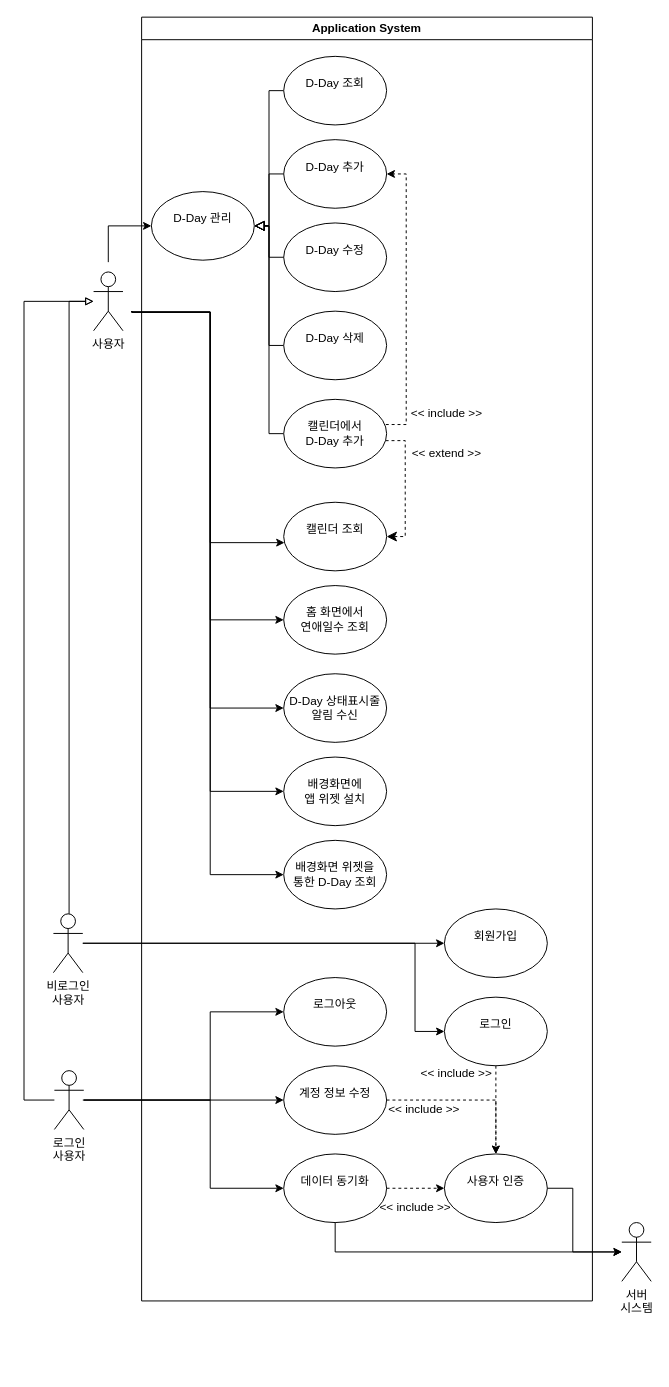
The draw.io diagram use case diagram.drawio in baechuTree/softwareEngineering, before the edit. Source tidied: cells renumbered, new cells numbered last; positions are measured from the earlier drawing's top-left corner, leaving out a move shared by most shapes. Both pictures are drawn from the tidied source at 98%, with x=0, y=0 at pixel (24, 17).
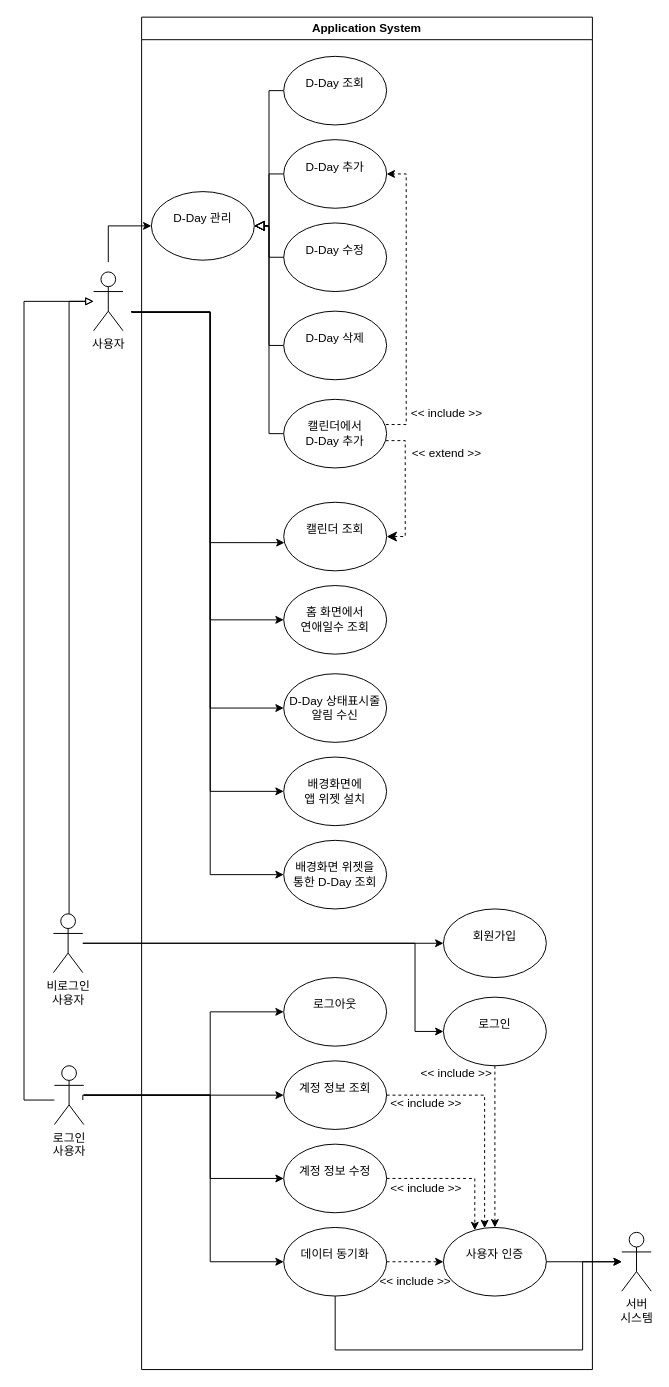
Above is the later version.

The change refers to these unchanged cells:
```xml
<mxCell id="26" value="&lt;br&gt;&lt;div&gt;로그아웃&lt;/div&gt;" style="ellipse;whiteSpace=wrap;html=1;verticalAlign=top;align=center;" parent="4" vertex="1">
  <mxGeometry x="145" y="980" width="105" height="70" as="geometry" />
</mxCell>
```

Change to the diagram source:
```diff
@@
     <mxCell id="4" value="Application System" style="swimlane;whiteSpace=wrap;html=1;" parent="1" vertex="1">
-      <mxGeometry x="120" width="460" height="1310" as="geometry" />
+      <mxGeometry x="120" width="460" height="1380" as="geometry" />
     </mxCell>
@@
-    <mxCell id="27" value="&lt;div&gt;&lt;br&gt;&lt;/div&gt;&lt;div&gt;계정 정보 수정&lt;/div&gt;" style="ellipse;whiteSpace=wrap;html=1;verticalAlign=top;align=center;" parent="4" vertex="1">
-      <mxGeometry x="145" y="1070" width="105" height="70" as="geometry" />
+    <mxCell id="27" value="&lt;div&gt;&lt;br&gt;&lt;/div&gt;&lt;div&gt;계정 정보 조회&lt;/div&gt;" style="ellipse;whiteSpace=wrap;html=1;verticalAlign=top;align=center;" parent="4" vertex="1">
+      <mxGeometry x="145" y="1065" width="105" height="70" as="geometry" />
     </mxCell>
-    <mxCell id="28" value="&lt;br&gt;&lt;div&gt;데이터 동기화&lt;/div&gt;" style="ellipse;whiteSpace=wrap;html=1;verticalAlign=top;align=center;" parent="4" vertex="1">
-      <mxGeometry x="145" y="1160" width="105" height="70" as="geometry" />
-    </mxCell>
@@
     <mxCell id="31" value="&lt;div&gt;&lt;br&gt;&lt;/div&gt;&lt;div&gt;회원가입&lt;/div&gt;" style="ellipse;whiteSpace=wrap;html=1;verticalAlign=top;align=center;" parent="4" vertex="1">
-      <mxGeometry x="309" y="910" width="105" height="70" as="geometry" />
+      <mxGeometry x="308" y="910" width="105" height="70" as="geometry" />
     </mxCell>
@@
     <mxCell id="33" value="&lt;br&gt;&lt;div&gt;로그인&lt;/div&gt;" style="ellipse;whiteSpace=wrap;html=1;verticalAlign=top;align=center;" parent="4" vertex="1">
-      <mxGeometry x="309" y="1000" width="105" height="70" as="geometry" />
+      <mxGeometry x="308" y="1000" width="105" height="70" as="geometry" />
     </mxCell>
+    <mxCell id="54" value="&lt;br&gt;&lt;div&gt;계정 정보 수정&lt;/div&gt;" style="ellipse;whiteSpace=wrap;html=1;verticalAlign=top;align=center;" parent="4" vertex="1">
+      <mxGeometry x="145" y="1150" width="105" height="70" as="geometry" />
+    </mxCell>
+    <mxCell id="28" value="&lt;br&gt;&lt;div&gt;데이터 동기화&lt;/div&gt;" style="ellipse;whiteSpace=wrap;html=1;verticalAlign=top;align=center;" parent="4" vertex="1">
+      <mxGeometry x="145" y="1235" width="105" height="70" as="geometry" />
+    </mxCell>
     <mxCell id="34" value="&lt;div&gt;&lt;br&gt;&lt;/div&gt;&lt;div&gt;사용자 인증&lt;/div&gt;" style="ellipse;whiteSpace=wrap;html=1;verticalAlign=top;align=center;" parent="4" vertex="1">
-      <mxGeometry x="309" y="1160" width="105" height="70" as="geometry" />
+      <mxGeometry x="308" y="1235" width="105" height="70" as="geometry" />
     </mxCell>
+    <mxCell id="37" style="endArrow=classic;html=1;rounded=0;exitX=1;exitY=0.5;exitDx=0;exitDy=0;entryX=0;entryY=0.5;entryDx=0;entryDy=0;dashed=1;edgeStyle=orthogonalEdgeStyle;" parent="4" edge="1" source="28" target="34">
+      <mxGeometry relative="1" as="geometry" />
+    </mxCell>
+    <mxCell id="38" value="&amp;lt;&amp;lt; include &amp;gt;&amp;gt;" style="text;html=1;align=center;verticalAlign=middle;strokeColor=none;fillColor=none;" parent="4" vertex="1">
+      <mxGeometry x="229" y="1275" width="100" height="30" as="geometry" />
+    </mxCell>
-    <mxCell id="35" style="endArrow=classic;html=1;rounded=0;exitX=1;exitY=0.5;exitDx=0;exitDy=0;entryX=0.5;entryY=0;entryDx=0;entryDy=0;dashed=1;edgeStyle=orthogonalEdgeStyle;" parent="4" edge="1" source="27" target="34">
-      <mxGeometry relative="1" as="geometry" />
+    <mxCell id="35" style="endArrow=classic;html=1;rounded=0;exitX=1;exitY=0.5;exitDx=0;exitDy=0;dashed=1;edgeStyle=orthogonalEdgeStyle;" parent="4" edge="1" source="27" target="34">
+      <mxGeometry relative="1" as="geometry">
+        <Array as="points">
+          <mxPoint x="350" y="1100" />
+        </Array>
+      </mxGeometry>
     </mxCell>
-    <mxCell id="36" style="endArrow=classic;html=1;rounded=0;exitX=0.5;exitY=1;exitDx=0;exitDy=0;entryX=0.5;entryY=0;entryDx=0;entryDy=0;dashed=1;" parent="4" edge="1" source="33" target="34">
+    <mxCell id="36" style="endArrow=classic;html=1;rounded=0;exitX=0.5;exitY=1;exitDx=0;exitDy=0;dashed=1;" parent="4" edge="1" source="33" target="34">
       <mxGeometry relative="1" as="geometry" />
     </mxCell>
-    <mxCell id="37" style="endArrow=classic;html=1;rounded=0;exitX=1;exitY=0.5;exitDx=0;exitDy=0;entryX=0;entryY=0.5;entryDx=0;entryDy=0;dashed=1;edgeStyle=orthogonalEdgeStyle;" parent="4" edge="1" source="28" target="34">
-      <mxGeometry relative="1" as="geometry" />
-    </mxCell>
-    <mxCell id="38" value="&amp;lt;&amp;lt; include &amp;gt;&amp;gt;" style="text;html=1;align=center;verticalAlign=middle;strokeColor=none;fillColor=none;" parent="4" vertex="1">
-      <mxGeometry x="229" y="1200" width="100" height="30" as="geometry" />
-    </mxCell>
+    <mxCell id="55" style="endArrow=classic;html=1;rounded=0;exitX=1;exitY=0.5;exitDx=0;exitDy=0;dashed=1;edgeStyle=orthogonalEdgeStyle;" parent="4" edge="1" source="54" target="34">
+      <mxGeometry relative="1" as="geometry">
+        <Array as="points">
+          <mxPoint x="340" y="1185" />
+        </Array>
+      </mxGeometry>
+    </mxCell>
+    <mxCell id="56" value="&amp;lt;&amp;lt; include &amp;gt;&amp;gt;" style="text;html=1;align=center;verticalAlign=middle;strokeColor=none;fillColor=none;" parent="4" vertex="1">
+      <mxGeometry x="240" y="1180" width="100" height="30" as="geometry" />
+    </mxCell>
@@
     <mxCell id="46" value="서버&lt;div&gt;시스템&lt;/div&gt;" style="shape=umlActor;verticalLabelPosition=bottom;verticalAlign=top;html=1;outlineConnect=0;" parent="1" vertex="1">
-      <mxGeometry x="610" y="1230" width="30" height="60" as="geometry" />
+      <mxGeometry x="610" y="1240" width="30" height="60" as="geometry" />
     </mxCell>
     <mxCell id="47" style="endArrow=classic;html=1;rounded=0;exitX=1;exitY=0.5;exitDx=0;exitDy=0;edgeStyle=orthogonalEdgeStyle;" parent="1" edge="1" source="34" target="46">
       <mxGeometry relative="1" as="geometry">
         <Array as="points">
-          <mxPoint x="560" y="1195" />
-          <mxPoint x="560" y="1260" />
+          <mxPoint x="580" y="1270" />
+          <mxPoint x="580" y="1270" />
         </Array>
       </mxGeometry>
     </mxCell>
     <mxCell id="48" value="로그인&lt;div&gt;사용자&lt;/div&gt;" style="shape=umlActor;verticalLabelPosition=bottom;verticalAlign=top;html=1;outlineConnect=0;direction=east;" parent="1" vertex="1">
-      <mxGeometry x="31" y="1075" width="30" height="60" as="geometry" />
+      <mxGeometry x="31" y="1070" width="30" height="60" as="geometry" />
     </mxCell>
     <mxCell id="49" style="endArrow=classic;html=1;rounded=0;entryX=0;entryY=0.5;entryDx=0;entryDy=0;edgeStyle=orthogonalEdgeStyle;" parent="1" edge="1" target="26">
       <mxGeometry relative="1" as="geometry">
         <mxPoint x="60" y="1105" as="sourcePoint" />
         <Array as="points">
-          <mxPoint x="190" y="1105" />
+          <mxPoint x="60" y="1100" />
+          <mxPoint x="190" y="1100" />
           <mxPoint x="190" y="1015" />
         </Array>
       </mxGeometry>
     </mxCell>
@@
     <mxCell id="51" style="endArrow=classic;html=1;rounded=0;entryX=0;entryY=0.5;entryDx=0;entryDy=0;edgeStyle=orthogonalEdgeStyle;" parent="1" edge="1" source="48" target="28">
       <mxGeometry relative="1" as="geometry">
         <Array as="points">
-          <mxPoint x="190" y="1105" />
-          <mxPoint x="190" y="1195" />
+          <mxPoint x="190" y="1100" />
+          <mxPoint x="190" y="1270" />
         </Array>
       </mxGeometry>
     </mxCell>
+    <mxCell id="53" style="endArrow=classic;html=1;rounded=0;exitX=0.5;exitY=1;exitDx=0;exitDy=0;edgeStyle=orthogonalEdgeStyle;" parent="1" edge="1" source="28" target="46">
+      <mxGeometry relative="1" as="geometry">
+        <Array as="points">
+          <mxPoint x="318" y="1360" />
+          <mxPoint x="570" y="1360" />
+          <mxPoint x="570" y="1270" />
+        </Array>
+      </mxGeometry>
+    </mxCell>
+    <mxCell id="57" style="endArrow=classic;html=1;rounded=0;entryX=0;entryY=0.5;entryDx=0;entryDy=0;edgeStyle=orthogonalEdgeStyle;" parent="1" edge="1" source="48" target="54">
+      <mxGeometry relative="1" as="geometry">
+        <Array as="points">
+          <mxPoint x="190" y="1100" />
+          <mxPoint x="190" y="1185" />
+        </Array>
+      </mxGeometry>
+    </mxCell>
     <mxCell id="52" value="&amp;lt;&amp;lt; include &amp;gt;&amp;gt;" style="text;html=1;align=center;verticalAlign=middle;strokeColor=none;fillColor=none;" parent="1" vertex="1">
-      <mxGeometry x="358" y="1100" width="100" height="30" as="geometry" />
+      <mxGeometry x="360" y="1094" width="100" height="30" as="geometry" />
     </mxCell>
-    <mxCell id="53" style="endArrow=classic;html=1;rounded=0;exitX=0.5;exitY=1;exitDx=0;exitDy=0;edgeStyle=orthogonalEdgeStyle;" parent="1" edge="1" source="28" target="46">
-      <mxGeometry relative="1" as="geometry">
-        <Array as="points">
-          <mxPoint x="318" y="1260" />
-        </Array>
-      </mxGeometry>
-    </mxCell>
```
